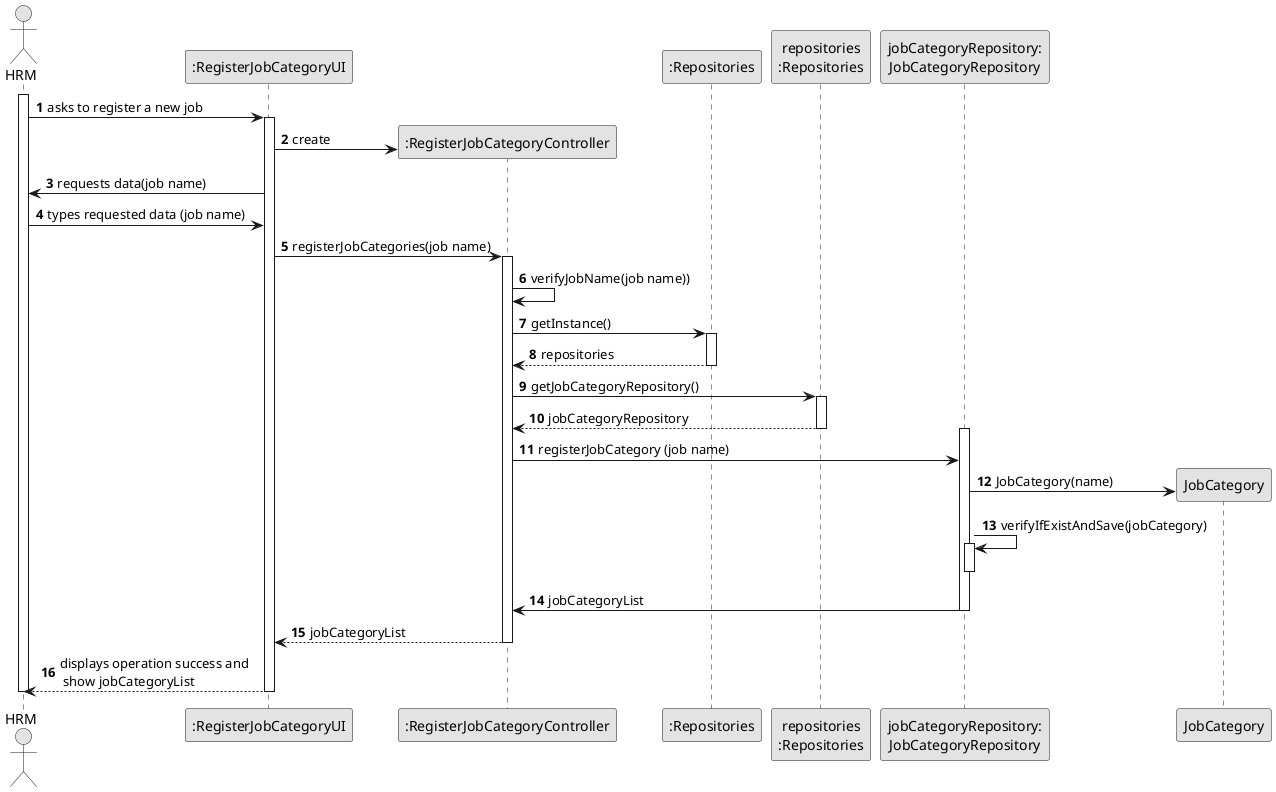
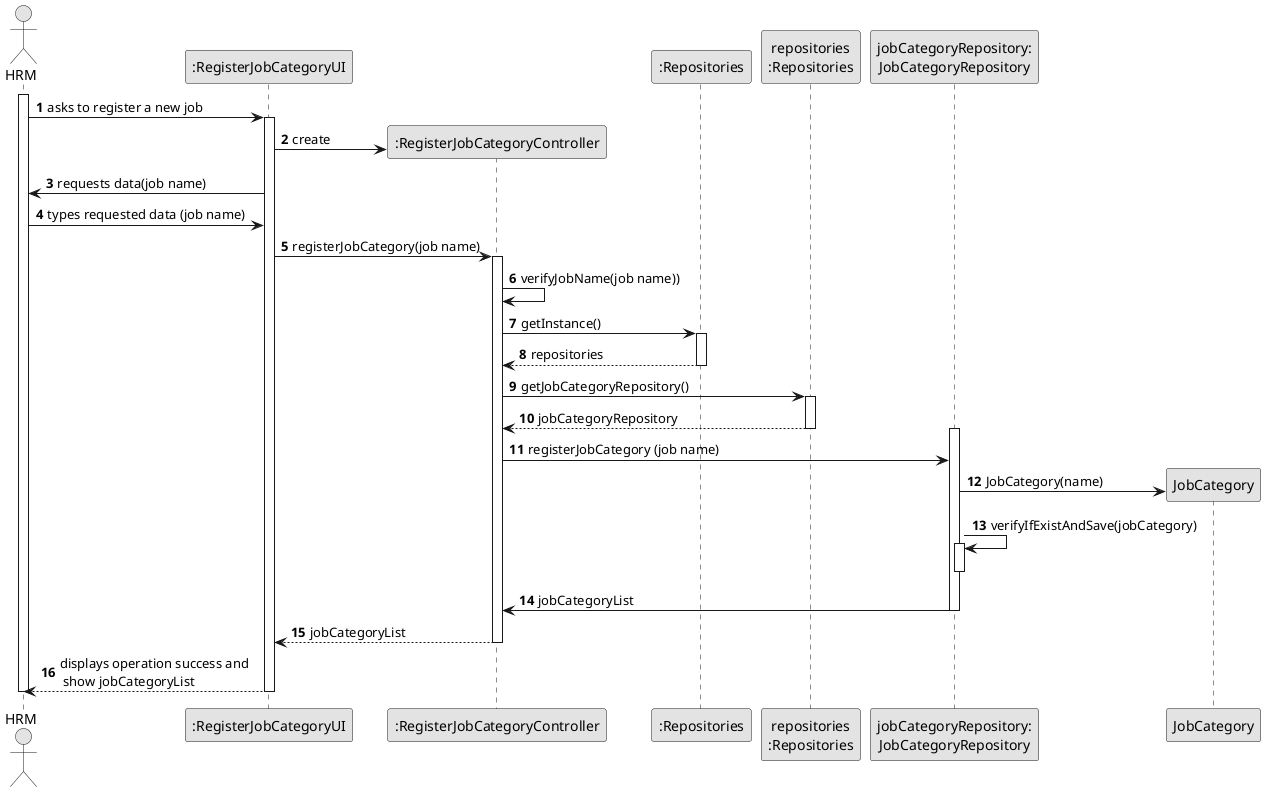
@startuml
skinparam monochrome true
skinparam packageStyle rectangle
skinparam shadowing false

autonumber

'hide footbox
actor "HRM" as HRM
participant ":RegisterJobCategoryUI" as UI
participant ":RegisterJobCategoryController" as CTRL
participant ":Repositories" as RepositorySingleton
participant "repositories\n:Repositories" as PLAT
participant "jobCategoryRepository:\nJobCategoryRepository" as JobCategoryRepository


activate HRM

        HRM -> UI : asks to register a new job

        activate UI

'            UI --> HRM : requests data (reference, description,  informal \n description, technical description, duration, cost)
            'create CTRL
            UI -> CTRL** : create

         UI -> HRM : requests data(job name)
         HRM -> UI : types requested data (job name)

-             UI -> CTRL : registerJobCategories(job name)
+             UI -> CTRL : registerJobCategory(job name)

            activate CTRL
            CTRL -> CTRL : verifyJobName(job name))


                CTRL -> RepositorySingleton : getInstance()
                activate RepositorySingleton

                    RepositorySingleton --> CTRL: repositories
                deactivate RepositorySingleton

                CTRL -> PLAT : getJobCategoryRepository()
                activate PLAT

                    PLAT --> CTRL: jobCategoryRepository
                deactivate PLAT


                activate JobCategoryRepository


                    CTRL -> JobCategoryRepository : registerJobCategory (job name)
                    JobCategoryRepository -> JobCategory** : JobCategory(name)

                    JobCategoryRepository -> JobCategoryRepository : verifyIfExistAndSave(jobCategory)
                    activate JobCategoryRepository

                deactivate JobCategoryRepository

                JobCategoryRepository -> CTRL : jobCategoryList
                deactivate JobCategoryRepository

                CTRL --> UI : jobCategoryList
            deactivate CTRL


            UI --> HRM : displays operation success and \n show jobCategoryList
    deactivate UI

deactivate HRM

@enduml